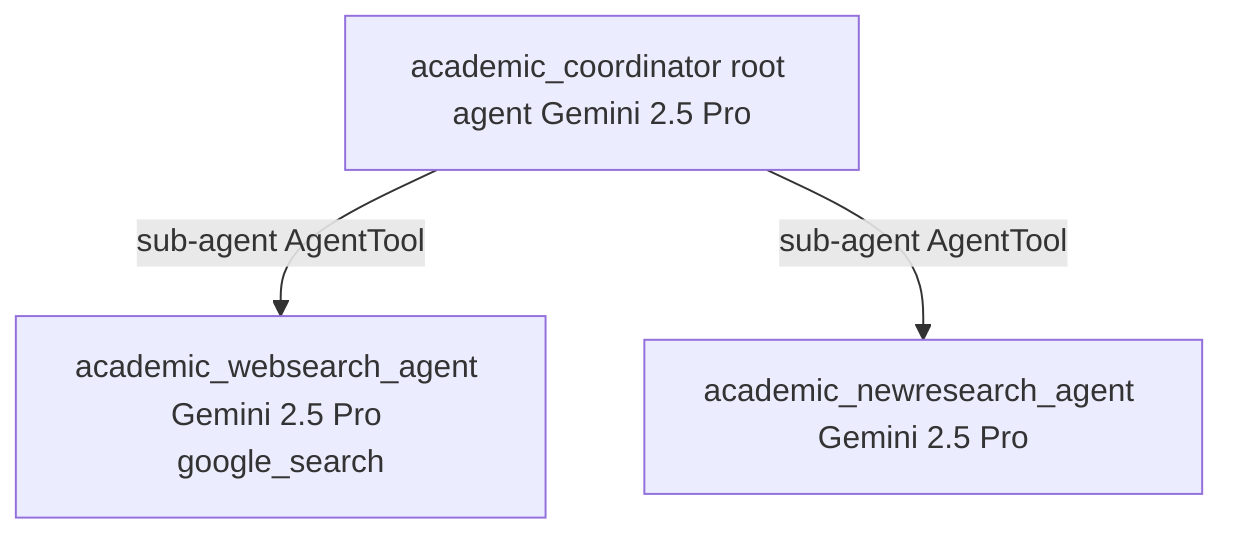
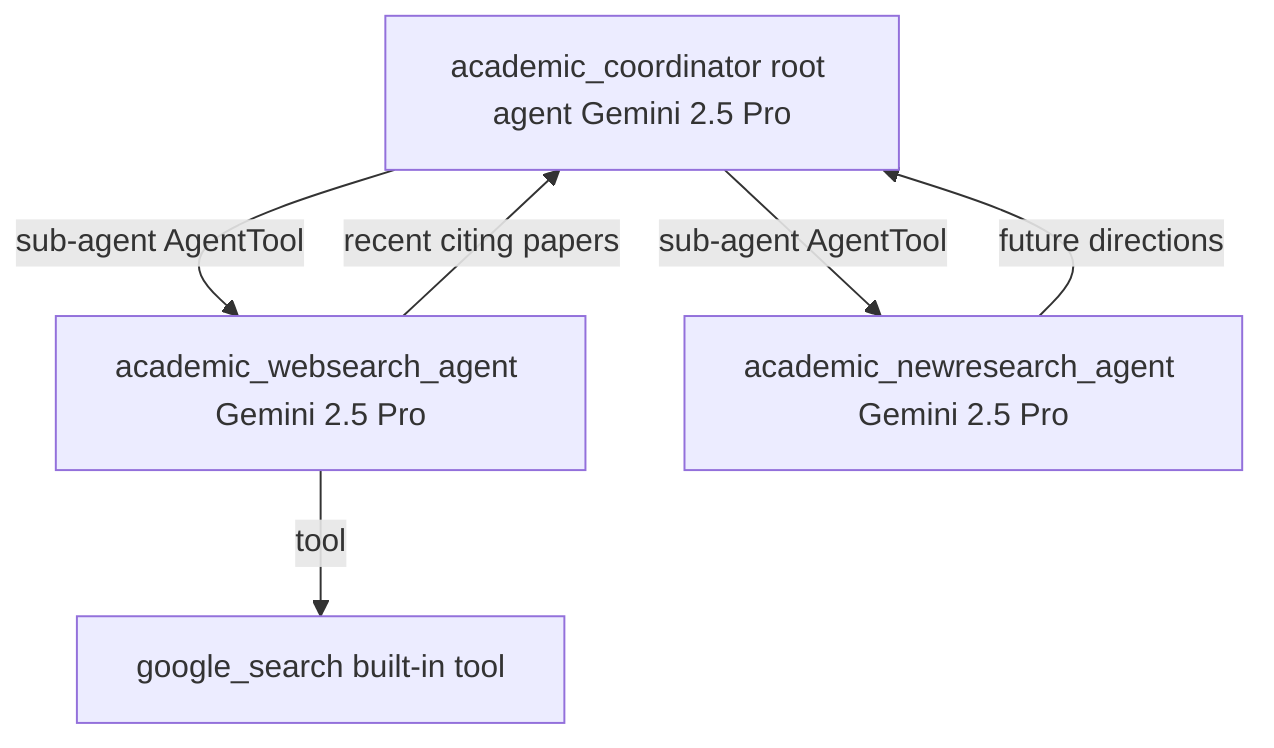
graph TD
    coordinator[academic_coordinator root agent Gemini 2.5 Pro]
-     websearch[academic_websearch_agent Gemini 2.5 Pro google_search]
+     websearch[academic_websearch_agent Gemini 2.5 Pro]
    newresearch[academic_newresearch_agent Gemini 2.5 Pro]
+     googlesearch[google_search built-in tool]
    coordinator -->|sub-agent AgentTool| websearch
    coordinator -->|sub-agent AgentTool| newresearch
+     websearch -->|tool| googlesearch
+     websearch -->|recent citing papers| coordinator
+     newresearch -->|future directions| coordinator
